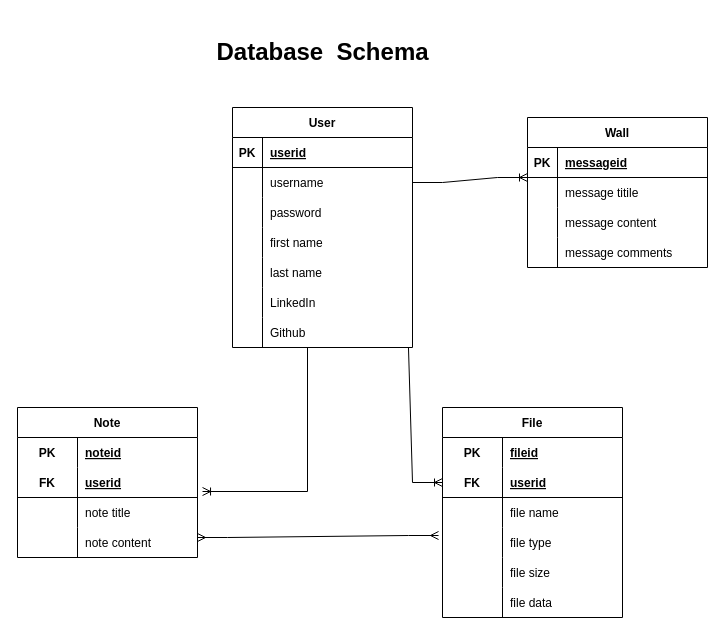
Earlier version of the draw.io diagram Untitled Diagram.drawio (HanquanL/ZCTC). Source tidied: cells renumbered, new cells numbered last; positions are measured from the earlier drawing's top-left corner, leaving out a move shared by most shapes. Both pictures are drawn from the tidied source at 100%, with x=0, y=0 at pixel (17, 17).
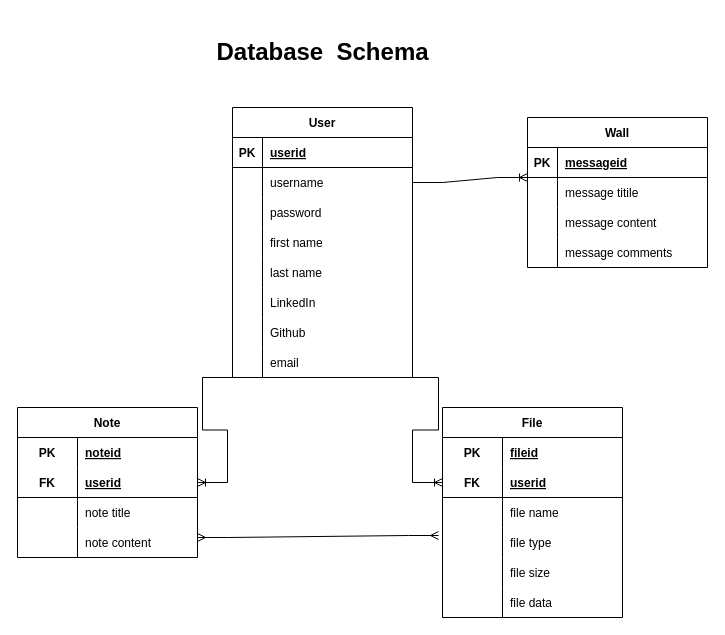
The same diagram, later.

Unchanged cells that the change refers to:
```xml
<mxCell id="22" style="shape=tableRow;horizontal=0;startSize=0;swimlaneHead=0;swimlaneBody=0;fillColor=none;points=[[0,0.5],[1,0.5]];portConstraint=eastwest;top=0;left=0;right=0;bottom=0;" parent="3" vertex="1">
  <mxGeometry y="210" width="180" height="30" as="geometry" />
</mxCell>
<mxCell id="29" style="shape=tableRow;horizontal=0;startSize=0;swimlaneHead=0;swimlaneBody=0;fillColor=none;points=[[0,0.5],[1,0.5]];portConstraint=eastwest;top=0;left=0;right=0;bottom=1;" parent="25" vertex="1">
  <mxGeometry y="60" width="180" height="30" as="geometry" />
</mxCell>
<mxCell id="42" style="shape=tableRow;horizontal=0;startSize=0;swimlaneHead=0;swimlaneBody=0;fillColor=none;points=[[0,0.5],[1,0.5]];portConstraint=eastwest;top=0;left=0;right=0;bottom=1;" parent="38" vertex="1">
  <mxGeometry y="60" width="180" height="30" as="geometry" />
</mxCell>
```

What changed in the source:
```diff
@@
     <mxCell id="3" value="User" style="shape=table;startSize=30;childLayout=tableLayout;rowLines=0;fontStyle=1;align=center;" parent="1" vertex="1">
-      <mxGeometry x="215" y="90" width="180" height="240" as="geometry" />
+      <mxGeometry x="215" y="90" width="180" height="270" as="geometry" />
     </mxCell>
@@
+    <mxCell id="74" style="shape=tableRow;horizontal=0;startSize=0;swimlaneHead=0;swimlaneBody=0;fillColor=none;points=[[0,0.5],[1,0.5]];portConstraint=eastwest;top=0;left=0;right=0;bottom=0;" parent="3" vertex="1">
+      <mxGeometry y="240" width="180" height="30" as="geometry" />
+    </mxCell>
+    <mxCell id="75" style="shape=partialRectangle;fillColor=none;top=0;left=0;bottom=0;right=0;overflow=hidden;" parent="74" vertex="1">
+      <mxGeometry width="30" height="30" as="geometry" />
+    </mxCell>
+    <mxCell id="76" value="email" style="shape=partialRectangle;fillColor=none;top=0;left=0;bottom=0;right=0;align=left;spacingLeft=6;overflow=hidden;" parent="74" vertex="1">
+      <mxGeometry x="30" width="150" height="30" as="geometry" />
+    </mxCell>
@@
-    <mxCell id="57" style="edgeStyle=entityRelationEdgeStyle;fontSize=12;html=1;endArrow=ERoneToMany;rounded=0;entryX=1.028;entryY=0.8;entryDx=0;entryDy=0;entryPerimeter=0;" parent="1" edge="1" target="29">
-      <mxGeometry relative="1" as="geometry">
-        <mxPoint x="260" y="330" as="sourcePoint" />
-      </mxGeometry>
+    <mxCell id="57" style="edgeStyle=entityRelationEdgeStyle;fontSize=12;html=1;endArrow=ERoneToMany;rounded=0;entryX=1;entryY=0.5;entryDx=0;entryDy=0;exitX=0;exitY=1;exitDx=0;exitDy=0;exitPerimeter=0;" parent="1" edge="1" source="74" target="29">
+      <mxGeometry relative="1" as="geometry" />
     </mxCell>
-    <mxCell id="58" style="edgeStyle=entityRelationEdgeStyle;fontSize=12;html=1;endArrow=ERoneToMany;rounded=0;entryX=0;entryY=0.5;entryDx=0;entryDy=0;exitX=0.811;exitY=1;exitDx=0;exitDy=0;exitPerimeter=0;" parent="1" edge="1" source="22" target="42">
-      <mxGeometry relative="1" as="geometry" />
+    <mxCell id="58" style="edgeStyle=entityRelationEdgeStyle;fontSize=12;html=1;endArrow=ERoneToMany;rounded=0;entryX=0;entryY=0.5;entryDx=0;entryDy=0;" parent="1" edge="1" target="42">
+      <mxGeometry relative="1" as="geometry">
+        <mxPoint x="391" y="360" as="sourcePoint" />
+      </mxGeometry>
     </mxCell>
```
